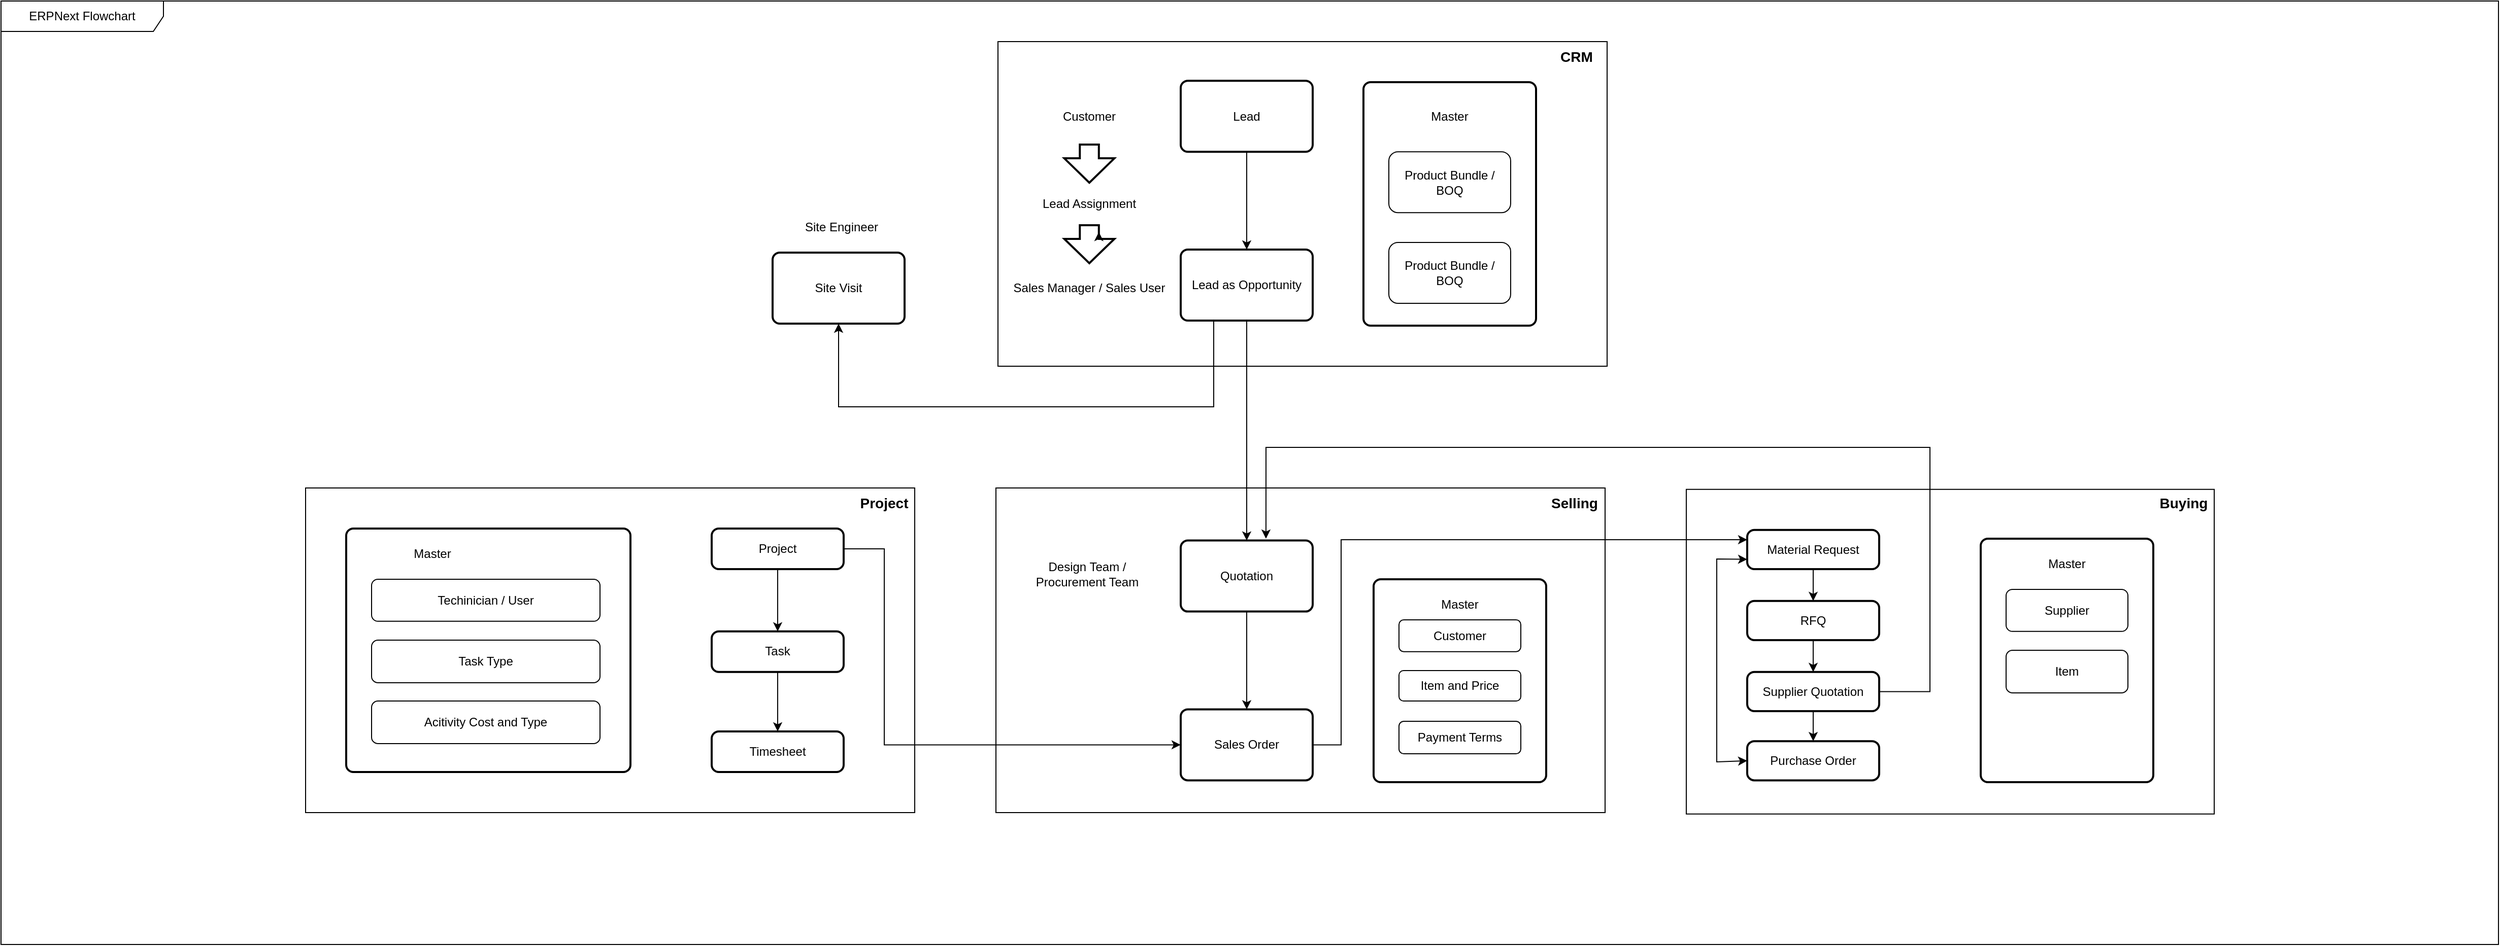
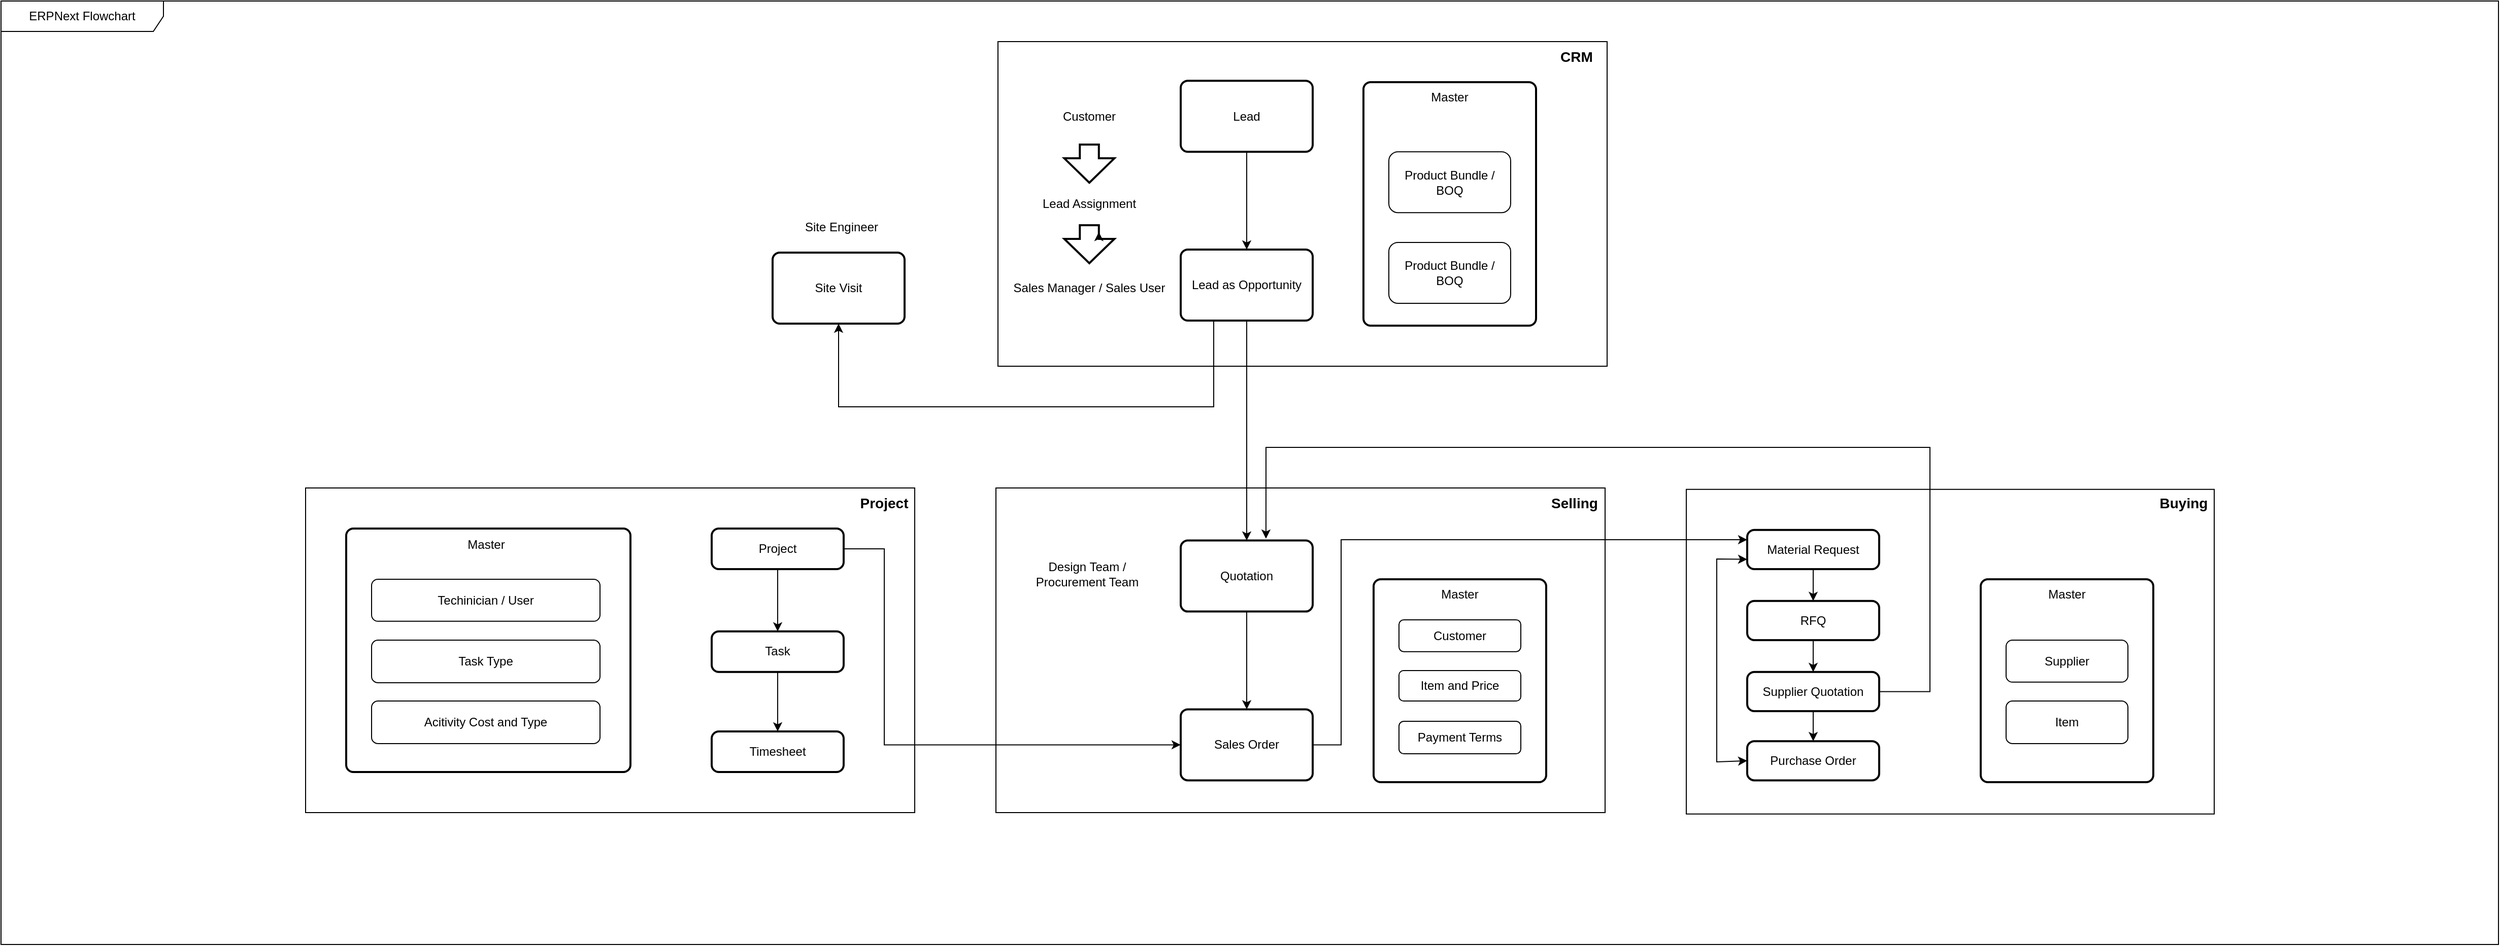
<mxfile host="Electron" agent="Mozilla/5.0 (Windows NT 10.0; Win64; x64) AppleWebKit/537.36 (KHTML, like Gecko) draw.io/28.2.5 Chrome/138.0.7204.251 Electron/37.6.1 Safari/537.36" version="28.2.5">
  <diagram name="ERPNext-Flowchart" id="5VQpRf3UxsrrhgqVb7EB">
    <mxGraphModel dx="1938" dy="537" grid="1" gridSize="10" guides="1" tooltips="1" connect="1" arrows="1" fold="1" page="1" pageScale="1" pageWidth="827" pageHeight="1169" math="0" shadow="0">
      <root>
        <mxCell id="0" />
        <mxCell id="1" parent="0" />
        <mxCell id="KllrkMzeH1JwtFpocHV2-1" value="ERPNext Flowchart" style="shape=umlFrame;whiteSpace=wrap;html=1;pointerEvents=0;recursiveResize=0;container=1;collapsible=0;width=160;" parent="1" vertex="1">
          <mxGeometry x="-620" y="200" width="2460" height="930" as="geometry" />
        </mxCell>
        <mxCell id="KllrkMzeH1JwtFpocHV2-4" value="" style="rounded=0;whiteSpace=wrap;html=1;" parent="KllrkMzeH1JwtFpocHV2-1" vertex="1">
          <mxGeometry x="982" y="40" width="600" height="320" as="geometry" />
        </mxCell>
        <mxCell id="HzzqJf4aiWvtWUCyWPR2-2" value="" style="rounded=0;whiteSpace=wrap;html=1;" parent="KllrkMzeH1JwtFpocHV2-1" vertex="1">
          <mxGeometry x="980" y="480" width="600" height="320" as="geometry" />
        </mxCell>
        <mxCell id="KllrkMzeH1JwtFpocHV2-5" value="&lt;b&gt;&lt;font style=&quot;font-size: 14px;&quot;&gt;CRM&lt;/font&gt;&lt;/b&gt;" style="text;html=1;align=center;verticalAlign=middle;whiteSpace=wrap;rounded=0;" parent="KllrkMzeH1JwtFpocHV2-1" vertex="1">
          <mxGeometry x="1522" y="40" width="60" height="30" as="geometry" />
        </mxCell>
        <mxCell id="KllrkMzeH1JwtFpocHV2-8" style="edgeStyle=orthogonalEdgeStyle;rounded=0;orthogonalLoop=1;jettySize=auto;html=1;entryX=0.5;entryY=0;entryDx=0;entryDy=0;" parent="KllrkMzeH1JwtFpocHV2-1" source="KllrkMzeH1JwtFpocHV2-6" target="KllrkMzeH1JwtFpocHV2-7" edge="1">
          <mxGeometry relative="1" as="geometry" />
        </mxCell>
        <mxCell id="KllrkMzeH1JwtFpocHV2-6" value="Lead" style="rounded=1;whiteSpace=wrap;html=1;absoluteArcSize=1;arcSize=14;strokeWidth=2;" parent="KllrkMzeH1JwtFpocHV2-1" vertex="1">
          <mxGeometry x="1162" y="78.62" width="130" height="70" as="geometry" />
        </mxCell>
        <mxCell id="HfOkyrBZXoMukZalgRzS-3" style="edgeStyle=orthogonalEdgeStyle;rounded=0;orthogonalLoop=1;jettySize=auto;html=1;exitX=0.25;exitY=1;exitDx=0;exitDy=0;entryX=0.5;entryY=1;entryDx=0;entryDy=0;" parent="KllrkMzeH1JwtFpocHV2-1" source="KllrkMzeH1JwtFpocHV2-7" target="HfOkyrBZXoMukZalgRzS-1" edge="1">
          <mxGeometry relative="1" as="geometry">
            <Array as="points">
              <mxPoint x="1195" y="400" />
              <mxPoint x="825" y="400" />
            </Array>
          </mxGeometry>
        </mxCell>
        <mxCell id="9vPmLMj-lYNAUNwBxfTh-4" style="edgeStyle=orthogonalEdgeStyle;rounded=0;orthogonalLoop=1;jettySize=auto;html=1;" parent="KllrkMzeH1JwtFpocHV2-1" source="KllrkMzeH1JwtFpocHV2-7" target="9vPmLMj-lYNAUNwBxfTh-2" edge="1">
          <mxGeometry relative="1" as="geometry" />
        </mxCell>
        <mxCell id="KllrkMzeH1JwtFpocHV2-7" value="Lead as Opportunity" style="rounded=1;whiteSpace=wrap;html=1;absoluteArcSize=1;arcSize=14;strokeWidth=2;" parent="KllrkMzeH1JwtFpocHV2-1" vertex="1">
          <mxGeometry x="1162" y="245" width="130" height="70" as="geometry" />
        </mxCell>
        <mxCell id="C1Wobmr2DnB0NistbBoQ-4" value="Customer" style="text;html=1;align=center;verticalAlign=middle;whiteSpace=wrap;rounded=0;" parent="KllrkMzeH1JwtFpocHV2-1" vertex="1">
          <mxGeometry x="982" y="98.62" width="180" height="30" as="geometry" />
        </mxCell>
        <mxCell id="C1Wobmr2DnB0NistbBoQ-7" value="Sales Manager / Sales User" style="text;html=1;align=center;verticalAlign=middle;whiteSpace=wrap;rounded=0;" parent="KllrkMzeH1JwtFpocHV2-1" vertex="1">
          <mxGeometry x="982" y="268" width="180" height="30" as="geometry" />
        </mxCell>
        <mxCell id="C1Wobmr2DnB0NistbBoQ-9" value="" style="verticalLabelPosition=bottom;verticalAlign=top;html=1;strokeWidth=2;shape=mxgraph.arrows2.arrow;dy=0.62;dx=24;notch=0;rotation=90;" parent="KllrkMzeH1JwtFpocHV2-1" vertex="1">
          <mxGeometry x="1053.25" y="135.62" width="37.5" height="49.38" as="geometry" />
        </mxCell>
        <mxCell id="C1Wobmr2DnB0NistbBoQ-10" value="" style="verticalLabelPosition=bottom;verticalAlign=top;html=1;strokeWidth=2;shape=mxgraph.arrows2.arrow;dy=0.62;dx=24;notch=0;rotation=90;" parent="KllrkMzeH1JwtFpocHV2-1" vertex="1">
          <mxGeometry x="1053.25" y="215" width="37.5" height="49.38" as="geometry" />
        </mxCell>
        <mxCell id="mgzSuXylah5s0_LilTAz-1" value="" style="rounded=1;whiteSpace=wrap;html=1;absoluteArcSize=1;arcSize=14;strokeWidth=2;" parent="KllrkMzeH1JwtFpocHV2-1" vertex="1">
          <mxGeometry x="1342" y="80" width="170" height="240" as="geometry" />
        </mxCell>
        <mxCell id="mgzSuXylah5s0_LilTAz-3" value="Master" style="text;html=1;align=center;verticalAlign=middle;whiteSpace=wrap;rounded=0;" parent="KllrkMzeH1JwtFpocHV2-1" vertex="1">
-           <mxGeometry x="1397" y="98.62" width="60" height="30" as="geometry" />
+           <mxGeometry x="1397" y="80" width="60" height="30" as="geometry" />
        </mxCell>
        <mxCell id="mgzSuXylah5s0_LilTAz-4" value="Product Bundle / BOQ" style="rounded=1;whiteSpace=wrap;html=1;" parent="KllrkMzeH1JwtFpocHV2-1" vertex="1">
          <mxGeometry x="1367" y="148.62" width="120" height="60" as="geometry" />
        </mxCell>
        <mxCell id="mgzSuXylah5s0_LilTAz-5" value="Product Bundle / BOQ" style="rounded=1;whiteSpace=wrap;html=1;" parent="KllrkMzeH1JwtFpocHV2-1" vertex="1">
          <mxGeometry x="1367" y="238" width="120" height="60" as="geometry" />
        </mxCell>
        <mxCell id="C1Wobmr2DnB0NistbBoQ-6" value="Lead Assignment" style="text;html=1;align=center;verticalAlign=middle;whiteSpace=wrap;rounded=0;" parent="KllrkMzeH1JwtFpocHV2-1" vertex="1">
          <mxGeometry x="982" y="185" width="180" height="30" as="geometry" />
        </mxCell>
        <mxCell id="mgzSuXylah5s0_LilTAz-6" style="edgeStyle=orthogonalEdgeStyle;rounded=0;orthogonalLoop=1;jettySize=auto;html=1;exitX=0;exitY=0;exitDx=13.5;exitDy=15.3078;exitPerimeter=0;entryX=0;entryY=0;entryDx=6.75;entryDy=15.3078;entryPerimeter=0;" parent="KllrkMzeH1JwtFpocHV2-1" source="C1Wobmr2DnB0NistbBoQ-10" target="C1Wobmr2DnB0NistbBoQ-10" edge="1">
          <mxGeometry relative="1" as="geometry" />
        </mxCell>
        <mxCell id="HfOkyrBZXoMukZalgRzS-1" value="Site Visit" style="rounded=1;whiteSpace=wrap;html=1;absoluteArcSize=1;arcSize=14;strokeWidth=2;" parent="KllrkMzeH1JwtFpocHV2-1" vertex="1">
          <mxGeometry x="760" y="248" width="130" height="70" as="geometry" />
        </mxCell>
        <mxCell id="HfOkyrBZXoMukZalgRzS-2" value="Site Engineer" style="text;html=1;align=center;verticalAlign=middle;whiteSpace=wrap;rounded=0;" parent="KllrkMzeH1JwtFpocHV2-1" vertex="1">
          <mxGeometry x="763" y="208" width="130" height="30" as="geometry" />
        </mxCell>
        <mxCell id="HzzqJf4aiWvtWUCyWPR2-1" value="" style="rounded=0;whiteSpace=wrap;html=1;" parent="KllrkMzeH1JwtFpocHV2-1" vertex="1">
          <mxGeometry x="300" y="480" width="600" height="320" as="geometry" />
        </mxCell>
        <mxCell id="HzzqJf4aiWvtWUCyWPR2-3" value="&lt;b&gt;&lt;font style=&quot;font-size: 14px;&quot;&gt;Selling&lt;/font&gt;&lt;/b&gt;" style="text;html=1;align=center;verticalAlign=middle;whiteSpace=wrap;rounded=0;" parent="KllrkMzeH1JwtFpocHV2-1" vertex="1">
          <mxGeometry x="1520" y="480" width="60" height="30" as="geometry" />
        </mxCell>
        <mxCell id="HzzqJf4aiWvtWUCyWPR2-4" value="" style="rounded=1;whiteSpace=wrap;html=1;absoluteArcSize=1;arcSize=14;strokeWidth=2;" parent="KllrkMzeH1JwtFpocHV2-1" vertex="1">
          <mxGeometry x="1352" y="570" width="170" height="200" as="geometry" />
        </mxCell>
        <mxCell id="HzzqJf4aiWvtWUCyWPR2-5" value="Master" style="text;html=1;align=center;verticalAlign=middle;whiteSpace=wrap;rounded=0;" parent="KllrkMzeH1JwtFpocHV2-1" vertex="1">
-           <mxGeometry x="1407" y="580" width="60" height="30" as="geometry" />
+           <mxGeometry x="1407" y="570" width="60" height="30" as="geometry" />
        </mxCell>
        <mxCell id="HzzqJf4aiWvtWUCyWPR2-6" value="Customer" style="rounded=1;whiteSpace=wrap;html=1;" parent="KllrkMzeH1JwtFpocHV2-1" vertex="1">
          <mxGeometry x="1377" y="610" width="120" height="31.38" as="geometry" />
        </mxCell>
        <mxCell id="HzzqJf4aiWvtWUCyWPR2-7" value="Item and Price" style="rounded=1;whiteSpace=wrap;html=1;" parent="KllrkMzeH1JwtFpocHV2-1" vertex="1">
          <mxGeometry x="1377" y="660" width="120" height="30" as="geometry" />
        </mxCell>
        <mxCell id="HzzqJf4aiWvtWUCyWPR2-8" value="Payment Terms" style="rounded=1;whiteSpace=wrap;html=1;" parent="KllrkMzeH1JwtFpocHV2-1" vertex="1">
          <mxGeometry x="1377" y="710" width="120" height="32" as="geometry" />
        </mxCell>
        <mxCell id="9vPmLMj-lYNAUNwBxfTh-1" style="edgeStyle=orthogonalEdgeStyle;rounded=0;orthogonalLoop=1;jettySize=auto;html=1;entryX=0.5;entryY=0;entryDx=0;entryDy=0;" parent="KllrkMzeH1JwtFpocHV2-1" source="9vPmLMj-lYNAUNwBxfTh-2" target="9vPmLMj-lYNAUNwBxfTh-3" edge="1">
          <mxGeometry relative="1" as="geometry" />
        </mxCell>
        <mxCell id="9vPmLMj-lYNAUNwBxfTh-2" value="Quotation" style="rounded=1;whiteSpace=wrap;html=1;absoluteArcSize=1;arcSize=14;strokeWidth=2;" parent="KllrkMzeH1JwtFpocHV2-1" vertex="1">
          <mxGeometry x="1162" y="531.8100000000001" width="130" height="70" as="geometry" />
        </mxCell>
        <mxCell id="9vPmLMj-lYNAUNwBxfTh-3" value="Sales Order" style="rounded=1;whiteSpace=wrap;html=1;absoluteArcSize=1;arcSize=14;strokeWidth=2;" parent="KllrkMzeH1JwtFpocHV2-1" vertex="1">
          <mxGeometry x="1162" y="698.19" width="130" height="70" as="geometry" />
        </mxCell>
        <mxCell id="9vPmLMj-lYNAUNwBxfTh-5" value="Design Team / &lt;br&gt;Procurement Team" style="text;html=1;align=center;verticalAlign=middle;whiteSpace=wrap;rounded=0;" parent="KllrkMzeH1JwtFpocHV2-1" vertex="1">
          <mxGeometry x="980" y="550" width="180" height="30" as="geometry" />
        </mxCell>
        <mxCell id="2oqTBdLxuhPTP0U-nZZK-1" value="&lt;b&gt;&lt;font style=&quot;font-size: 14px;&quot;&gt;Project&lt;/font&gt;&lt;/b&gt;" style="text;html=1;align=center;verticalAlign=middle;whiteSpace=wrap;rounded=0;" parent="KllrkMzeH1JwtFpocHV2-1" vertex="1">
          <mxGeometry x="840" y="480" width="60" height="30" as="geometry" />
        </mxCell>
        <mxCell id="2oqTBdLxuhPTP0U-nZZK-2" value="" style="rounded=1;whiteSpace=wrap;html=1;absoluteArcSize=1;arcSize=14;strokeWidth=2;" parent="KllrkMzeH1JwtFpocHV2-1" vertex="1">
          <mxGeometry x="340" y="520" width="280" height="240" as="geometry" />
        </mxCell>
        <mxCell id="2oqTBdLxuhPTP0U-nZZK-3" value="Master" style="text;html=1;align=center;verticalAlign=middle;whiteSpace=wrap;rounded=0;" parent="KllrkMzeH1JwtFpocHV2-1" vertex="1">
-           <mxGeometry x="395" y="530" width="60" height="30" as="geometry" />
+           <mxGeometry x="447.5" y="521.38" width="60" height="30" as="geometry" />
        </mxCell>
        <mxCell id="2oqTBdLxuhPTP0U-nZZK-4" value="Techinician / User" style="rounded=1;whiteSpace=wrap;html=1;" parent="KllrkMzeH1JwtFpocHV2-1" vertex="1">
          <mxGeometry x="365" y="570" width="225" height="41.38" as="geometry" />
        </mxCell>
        <mxCell id="2oqTBdLxuhPTP0U-nZZK-5" value="Task Type" style="rounded=1;whiteSpace=wrap;html=1;" parent="KllrkMzeH1JwtFpocHV2-1" vertex="1">
          <mxGeometry x="365" y="630" width="225" height="42" as="geometry" />
        </mxCell>
        <mxCell id="2oqTBdLxuhPTP0U-nZZK-6" value="Acitivity Cost and Type" style="rounded=1;whiteSpace=wrap;html=1;" parent="KllrkMzeH1JwtFpocHV2-1" vertex="1">
          <mxGeometry x="365" y="690" width="225" height="42" as="geometry" />
        </mxCell>
        <mxCell id="2oqTBdLxuhPTP0U-nZZK-10" style="edgeStyle=orthogonalEdgeStyle;rounded=0;orthogonalLoop=1;jettySize=auto;html=1;entryX=0;entryY=0.5;entryDx=0;entryDy=0;" parent="KllrkMzeH1JwtFpocHV2-1" source="2oqTBdLxuhPTP0U-nZZK-7" target="9vPmLMj-lYNAUNwBxfTh-3" edge="1">
          <mxGeometry relative="1" as="geometry">
            <Array as="points">
              <mxPoint x="870" y="540" />
              <mxPoint x="870" y="733" />
            </Array>
          </mxGeometry>
        </mxCell>
        <mxCell id="2oqTBdLxuhPTP0U-nZZK-11" style="edgeStyle=orthogonalEdgeStyle;rounded=0;orthogonalLoop=1;jettySize=auto;html=1;entryX=0.5;entryY=0;entryDx=0;entryDy=0;" parent="KllrkMzeH1JwtFpocHV2-1" source="2oqTBdLxuhPTP0U-nZZK-7" target="2oqTBdLxuhPTP0U-nZZK-8" edge="1">
          <mxGeometry relative="1" as="geometry" />
        </mxCell>
        <mxCell id="2oqTBdLxuhPTP0U-nZZK-7" value="Project" style="rounded=1;whiteSpace=wrap;html=1;absoluteArcSize=1;arcSize=14;strokeWidth=2;" parent="KllrkMzeH1JwtFpocHV2-1" vertex="1">
          <mxGeometry x="700" y="520" width="130" height="40" as="geometry" />
        </mxCell>
        <mxCell id="2oqTBdLxuhPTP0U-nZZK-12" style="edgeStyle=orthogonalEdgeStyle;rounded=0;orthogonalLoop=1;jettySize=auto;html=1;entryX=0.5;entryY=0;entryDx=0;entryDy=0;" parent="KllrkMzeH1JwtFpocHV2-1" source="2oqTBdLxuhPTP0U-nZZK-8" target="2oqTBdLxuhPTP0U-nZZK-9" edge="1">
          <mxGeometry relative="1" as="geometry" />
        </mxCell>
        <mxCell id="2oqTBdLxuhPTP0U-nZZK-8" value="Task" style="rounded=1;whiteSpace=wrap;html=1;absoluteArcSize=1;arcSize=14;strokeWidth=2;" parent="KllrkMzeH1JwtFpocHV2-1" vertex="1">
          <mxGeometry x="700" y="621.38" width="130" height="40" as="geometry" />
        </mxCell>
        <mxCell id="2oqTBdLxuhPTP0U-nZZK-9" value="Timesheet" style="rounded=1;whiteSpace=wrap;html=1;absoluteArcSize=1;arcSize=14;strokeWidth=2;" parent="KllrkMzeH1JwtFpocHV2-1" vertex="1">
          <mxGeometry x="700" y="720" width="130" height="40" as="geometry" />
        </mxCell>
-         <mxCell id="B7AZM292Pohp_deAd6Pr-1" value="" style="rounded=0;whiteSpace=wrap;html=1;" vertex="1" parent="KllrkMzeH1JwtFpocHV2-1">
+         <mxCell id="B7AZM292Pohp_deAd6Pr-1" value="" style="rounded=0;whiteSpace=wrap;html=1;" parent="KllrkMzeH1JwtFpocHV2-1" vertex="1">
          <mxGeometry x="1660" y="481.38" width="520" height="320" as="geometry" />
        </mxCell>
-         <mxCell id="B7AZM292Pohp_deAd6Pr-2" value="&lt;b&gt;&lt;font style=&quot;font-size: 14px;&quot;&gt;Buying&lt;/font&gt;&lt;/b&gt;" style="text;html=1;align=center;verticalAlign=middle;whiteSpace=wrap;rounded=0;" vertex="1" parent="KllrkMzeH1JwtFpocHV2-1">
+         <mxCell id="B7AZM292Pohp_deAd6Pr-2" value="&lt;b&gt;&lt;font style=&quot;font-size: 14px;&quot;&gt;Buying&lt;/font&gt;&lt;/b&gt;" style="text;html=1;align=center;verticalAlign=middle;whiteSpace=wrap;rounded=0;" parent="KllrkMzeH1JwtFpocHV2-1" vertex="1">
          <mxGeometry x="2120" y="480" width="60" height="30" as="geometry" />
        </mxCell>
-         <mxCell id="B7AZM292Pohp_deAd6Pr-3" value="" style="rounded=1;whiteSpace=wrap;html=1;absoluteArcSize=1;arcSize=14;strokeWidth=2;" vertex="1" parent="KllrkMzeH1JwtFpocHV2-1">
-           <mxGeometry x="1950" y="530" width="170" height="240" as="geometry" />
-         </mxCell>
-         <mxCell id="B7AZM292Pohp_deAd6Pr-4" value="Master" style="text;html=1;align=center;verticalAlign=middle;whiteSpace=wrap;rounded=0;" vertex="1" parent="KllrkMzeH1JwtFpocHV2-1">
-           <mxGeometry x="2005" y="540" width="60" height="30" as="geometry" />
-         </mxCell>
-         <mxCell id="B7AZM292Pohp_deAd6Pr-5" value="Supplier" style="rounded=1;whiteSpace=wrap;html=1;" vertex="1" parent="KllrkMzeH1JwtFpocHV2-1">
-           <mxGeometry x="1975" y="580" width="120" height="41.38" as="geometry" />
-         </mxCell>
-         <mxCell id="B7AZM292Pohp_deAd6Pr-6" value="Item" style="rounded=1;whiteSpace=wrap;html=1;" vertex="1" parent="KllrkMzeH1JwtFpocHV2-1">
-           <mxGeometry x="1975" y="640" width="120" height="42" as="geometry" />
-         </mxCell>
-         <mxCell id="B7AZM292Pohp_deAd6Pr-16" style="edgeStyle=orthogonalEdgeStyle;rounded=0;orthogonalLoop=1;jettySize=auto;html=1;entryX=0.5;entryY=0;entryDx=0;entryDy=0;" edge="1" parent="KllrkMzeH1JwtFpocHV2-1" source="B7AZM292Pohp_deAd6Pr-8" target="B7AZM292Pohp_deAd6Pr-9">
-           <mxGeometry relative="1" as="geometry" />
-         </mxCell>
-         <mxCell id="B7AZM292Pohp_deAd6Pr-8" value="Material Request" style="rounded=1;whiteSpace=wrap;html=1;absoluteArcSize=1;arcSize=14;strokeWidth=2;" vertex="1" parent="KllrkMzeH1JwtFpocHV2-1">
+         <mxCell id="B7AZM292Pohp_deAd6Pr-3" value="" style="rounded=1;whiteSpace=wrap;html=1;absoluteArcSize=1;arcSize=14;strokeWidth=2;" parent="KllrkMzeH1JwtFpocHV2-1" vertex="1">
+           <mxGeometry x="1950" y="570" width="170" height="200" as="geometry" />
+         </mxCell>
+         <mxCell id="B7AZM292Pohp_deAd6Pr-4" value="Master" style="text;html=1;align=center;verticalAlign=middle;whiteSpace=wrap;rounded=0;" parent="KllrkMzeH1JwtFpocHV2-1" vertex="1">
+           <mxGeometry x="2005" y="570" width="60" height="30" as="geometry" />
+         </mxCell>
+         <mxCell id="B7AZM292Pohp_deAd6Pr-5" value="Supplier" style="rounded=1;whiteSpace=wrap;html=1;" parent="KllrkMzeH1JwtFpocHV2-1" vertex="1">
+           <mxGeometry x="1975" y="630" width="120" height="41.38" as="geometry" />
+         </mxCell>
+         <mxCell id="B7AZM292Pohp_deAd6Pr-6" value="Item" style="rounded=1;whiteSpace=wrap;html=1;" parent="KllrkMzeH1JwtFpocHV2-1" vertex="1">
+           <mxGeometry x="1975" y="690" width="120" height="42" as="geometry" />
+         </mxCell>
+         <mxCell id="B7AZM292Pohp_deAd6Pr-16" style="edgeStyle=orthogonalEdgeStyle;rounded=0;orthogonalLoop=1;jettySize=auto;html=1;entryX=0.5;entryY=0;entryDx=0;entryDy=0;" parent="KllrkMzeH1JwtFpocHV2-1" source="B7AZM292Pohp_deAd6Pr-8" target="B7AZM292Pohp_deAd6Pr-9" edge="1">
+           <mxGeometry relative="1" as="geometry" />
+         </mxCell>
+         <mxCell id="B7AZM292Pohp_deAd6Pr-8" value="Material Request" style="rounded=1;whiteSpace=wrap;html=1;absoluteArcSize=1;arcSize=14;strokeWidth=2;" parent="KllrkMzeH1JwtFpocHV2-1" vertex="1">
          <mxGeometry x="1720" y="521.38" width="130" height="38.62" as="geometry" />
        </mxCell>
-         <mxCell id="B7AZM292Pohp_deAd6Pr-17" style="edgeStyle=orthogonalEdgeStyle;rounded=0;orthogonalLoop=1;jettySize=auto;html=1;" edge="1" parent="KllrkMzeH1JwtFpocHV2-1" source="B7AZM292Pohp_deAd6Pr-9" target="B7AZM292Pohp_deAd6Pr-10">
-           <mxGeometry relative="1" as="geometry" />
-         </mxCell>
-         <mxCell id="B7AZM292Pohp_deAd6Pr-9" value="RFQ" style="rounded=1;whiteSpace=wrap;html=1;absoluteArcSize=1;arcSize=14;strokeWidth=2;" vertex="1" parent="KllrkMzeH1JwtFpocHV2-1">
+         <mxCell id="B7AZM292Pohp_deAd6Pr-17" style="edgeStyle=orthogonalEdgeStyle;rounded=0;orthogonalLoop=1;jettySize=auto;html=1;" parent="KllrkMzeH1JwtFpocHV2-1" source="B7AZM292Pohp_deAd6Pr-9" target="B7AZM292Pohp_deAd6Pr-10" edge="1">
+           <mxGeometry relative="1" as="geometry" />
+         </mxCell>
+         <mxCell id="B7AZM292Pohp_deAd6Pr-9" value="RFQ" style="rounded=1;whiteSpace=wrap;html=1;absoluteArcSize=1;arcSize=14;strokeWidth=2;" parent="KllrkMzeH1JwtFpocHV2-1" vertex="1">
          <mxGeometry x="1720" y="591.38" width="130" height="38.62" as="geometry" />
        </mxCell>
-         <mxCell id="B7AZM292Pohp_deAd6Pr-18" style="edgeStyle=orthogonalEdgeStyle;rounded=0;orthogonalLoop=1;jettySize=auto;html=1;" edge="1" parent="KllrkMzeH1JwtFpocHV2-1" source="B7AZM292Pohp_deAd6Pr-10" target="B7AZM292Pohp_deAd6Pr-11">
-           <mxGeometry relative="1" as="geometry" />
-         </mxCell>
-         <mxCell id="B7AZM292Pohp_deAd6Pr-10" value="Supplier Quotation" style="rounded=1;whiteSpace=wrap;html=1;absoluteArcSize=1;arcSize=14;strokeWidth=2;" vertex="1" parent="KllrkMzeH1JwtFpocHV2-1">
+         <mxCell id="B7AZM292Pohp_deAd6Pr-18" style="edgeStyle=orthogonalEdgeStyle;rounded=0;orthogonalLoop=1;jettySize=auto;html=1;" parent="KllrkMzeH1JwtFpocHV2-1" source="B7AZM292Pohp_deAd6Pr-10" target="B7AZM292Pohp_deAd6Pr-11" edge="1">
+           <mxGeometry relative="1" as="geometry" />
+         </mxCell>
+         <mxCell id="B7AZM292Pohp_deAd6Pr-10" value="Supplier Quotation" style="rounded=1;whiteSpace=wrap;html=1;absoluteArcSize=1;arcSize=14;strokeWidth=2;" parent="KllrkMzeH1JwtFpocHV2-1" vertex="1">
          <mxGeometry x="1720" y="661.38" width="130" height="38.62" as="geometry" />
        </mxCell>
-         <mxCell id="B7AZM292Pohp_deAd6Pr-11" value="Purchase Order" style="rounded=1;whiteSpace=wrap;html=1;absoluteArcSize=1;arcSize=14;strokeWidth=2;" vertex="1" parent="KllrkMzeH1JwtFpocHV2-1">
+         <mxCell id="B7AZM292Pohp_deAd6Pr-11" value="Purchase Order" style="rounded=1;whiteSpace=wrap;html=1;absoluteArcSize=1;arcSize=14;strokeWidth=2;" parent="KllrkMzeH1JwtFpocHV2-1" vertex="1">
          <mxGeometry x="1720" y="729.5699999999999" width="130" height="38.62" as="geometry" />
        </mxCell>
-         <mxCell id="B7AZM292Pohp_deAd6Pr-12" style="edgeStyle=orthogonalEdgeStyle;rounded=0;orthogonalLoop=1;jettySize=auto;html=1;entryX=0;entryY=0.25;entryDx=0;entryDy=0;" edge="1" parent="KllrkMzeH1JwtFpocHV2-1" source="9vPmLMj-lYNAUNwBxfTh-3" target="B7AZM292Pohp_deAd6Pr-8">
+         <mxCell id="B7AZM292Pohp_deAd6Pr-12" style="edgeStyle=orthogonalEdgeStyle;rounded=0;orthogonalLoop=1;jettySize=auto;html=1;entryX=0;entryY=0.25;entryDx=0;entryDy=0;" parent="KllrkMzeH1JwtFpocHV2-1" source="9vPmLMj-lYNAUNwBxfTh-3" target="B7AZM292Pohp_deAd6Pr-8" edge="1">
          <mxGeometry relative="1" as="geometry">
            <Array as="points">
              <mxPoint x="1320" y="733" />
              <mxPoint x="1320" y="531" />
            </Array>
          </mxGeometry>
        </mxCell>
-         <mxCell id="B7AZM292Pohp_deAd6Pr-14" style="edgeStyle=orthogonalEdgeStyle;rounded=0;orthogonalLoop=1;jettySize=auto;html=1;entryX=0.646;entryY=-0.026;entryDx=0;entryDy=0;entryPerimeter=0;" edge="1" parent="KllrkMzeH1JwtFpocHV2-1" source="B7AZM292Pohp_deAd6Pr-10" target="9vPmLMj-lYNAUNwBxfTh-2">
+         <mxCell id="B7AZM292Pohp_deAd6Pr-14" style="edgeStyle=orthogonalEdgeStyle;rounded=0;orthogonalLoop=1;jettySize=auto;html=1;entryX=0.646;entryY=-0.026;entryDx=0;entryDy=0;entryPerimeter=0;" parent="KllrkMzeH1JwtFpocHV2-1" source="B7AZM292Pohp_deAd6Pr-10" target="9vPmLMj-lYNAUNwBxfTh-2" edge="1">
          <mxGeometry relative="1" as="geometry">
            <Array as="points">
              <mxPoint x="1900" y="681" />
              <mxPoint x="1900" y="440" />
              <mxPoint x="1246" y="440" />
            </Array>
          </mxGeometry>
        </mxCell>
-         <mxCell id="B7AZM292Pohp_deAd6Pr-15" value="" style="endArrow=classic;startArrow=classic;html=1;rounded=0;entryX=0;entryY=0.75;entryDx=0;entryDy=0;exitX=0;exitY=0.5;exitDx=0;exitDy=0;" edge="1" parent="KllrkMzeH1JwtFpocHV2-1" source="B7AZM292Pohp_deAd6Pr-11" target="B7AZM292Pohp_deAd6Pr-8">
+         <mxCell id="B7AZM292Pohp_deAd6Pr-15" value="" style="endArrow=classic;startArrow=classic;html=1;rounded=0;entryX=0;entryY=0.75;entryDx=0;entryDy=0;exitX=0;exitY=0.5;exitDx=0;exitDy=0;" parent="KllrkMzeH1JwtFpocHV2-1" source="B7AZM292Pohp_deAd6Pr-11" target="B7AZM292Pohp_deAd6Pr-8" edge="1">
          <mxGeometry width="50" height="50" relative="1" as="geometry">
            <mxPoint x="1610" y="610" as="sourcePoint" />
            <mxPoint x="1660" y="560" as="targetPoint" />
            <Array as="points">
              <mxPoint x="1690" y="750" />
              <mxPoint x="1690" y="650" />
              <mxPoint x="1690" y="550" />
            </Array>
          </mxGeometry>
        </mxCell>
      </root>
    </mxGraphModel>
  </diagram>
</mxfile>
